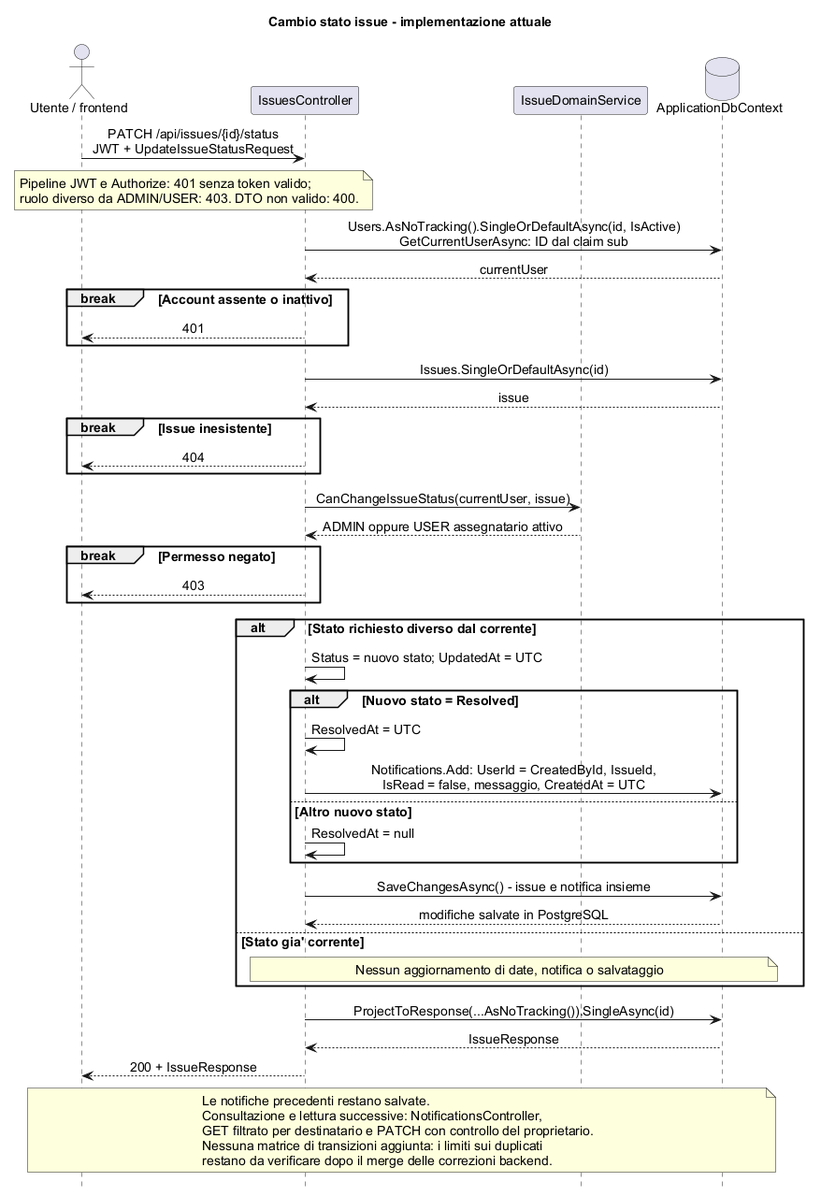
Earlier version of the PlantUML export Documentazione/Secondo homework/diagrammi_comportamentali/sequence_cambio_stato.png (Valeriop03/BugBoard26).
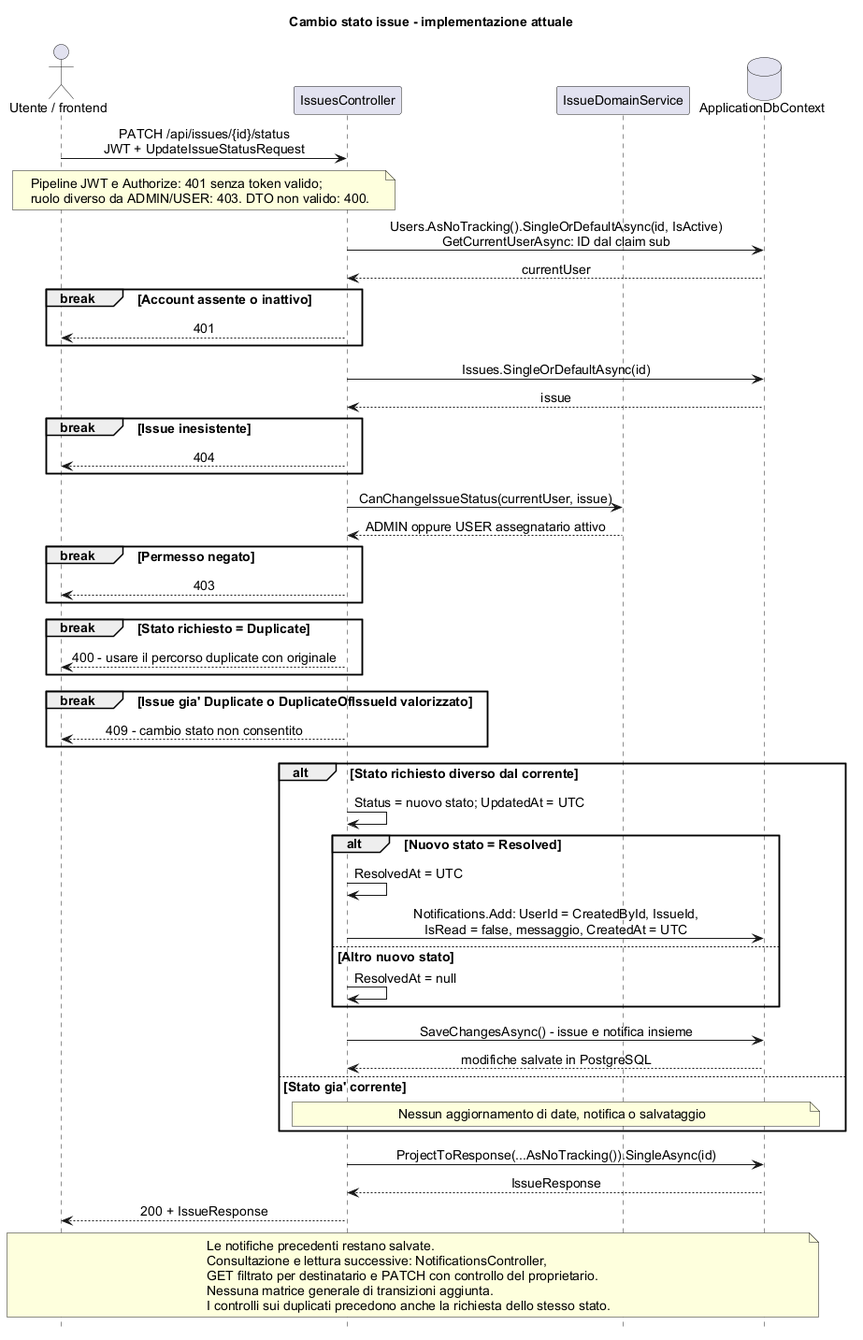
After the commit.

Change to the diagram source:
```diff
@@ -33,6 +33,13 @@
   Api --> User: 403
 end
 
+break Stato richiesto = Duplicate
+  Api --> User: 400 - usare il percorso duplicate con originale
+end
+break Issue gia' Duplicate o DuplicateOfIssueId valorizzato
+  Api --> User: 409 - cambio stato non consentito
+end
+
 alt Stato richiesto diverso dal corrente
   Api -> Api: Status = nuovo stato; UpdatedAt = UTC
   alt Nuovo stato = Resolved
@@ -54,7 +61,7 @@
   Le notifiche precedenti restano salvate.
   Consultazione e lettura successive: NotificationsController,
   GET filtrato per destinatario e PATCH con controllo del proprietario.
-  Nessuna matrice di transizioni aggiunta: i limiti sui duplicati
-  restano da verificare dopo il merge delle correzioni backend.
+  Nessuna matrice generale di transizioni aggiunta.
+  I controlli sui duplicati precedono anche la richiesta dello stesso stato.
 end note
 @enduml
```
